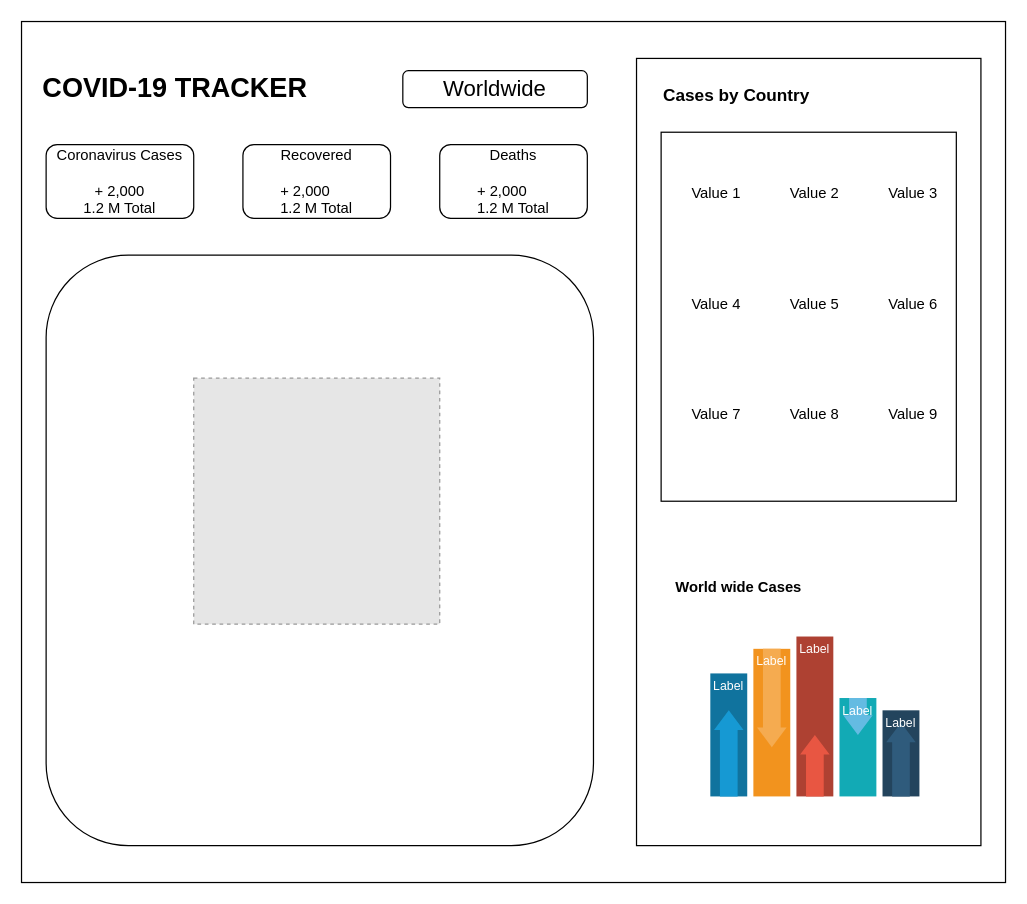
The draw.io diagram wireframe/covid-19 tracker.drawio in ideepaksharma/covid-19-tracker, before the edit. Source tidied: cells renumbered, new cells numbered last; positions are measured from the earlier drawing's top-left corner, leaving out a move shared by most shapes. Both pictures are drawn from the tidied source at 123%, with x=0, y=0 at pixel (21, 21). Pictures stored in the file or linked from it are replaced by grey dashed boxes.
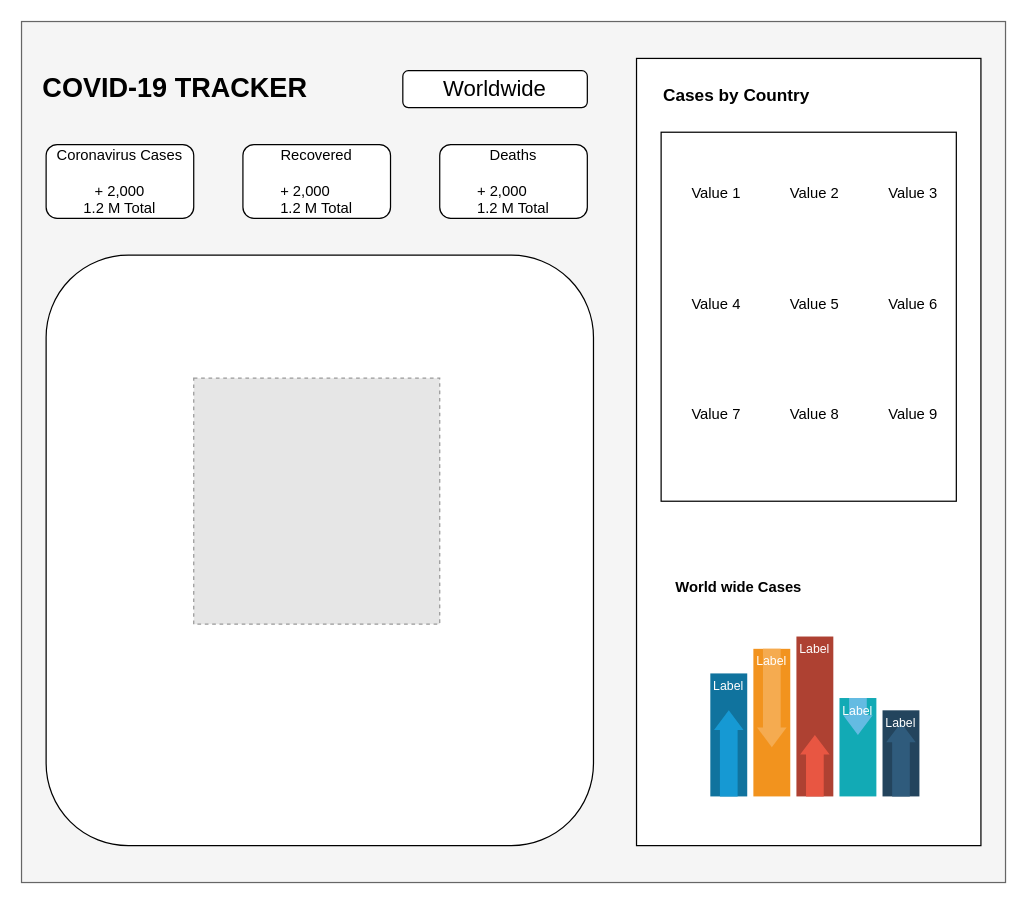
The same diagram, later.

Diff of the diagram source:
```diff
@@
-    <mxCell id="2" style="rounded=0;whiteSpace=wrap;html=1;shadow=0;glass=0;sketch=0;fontSize=12;align=left;" parent="1" vertex="1">
+    <mxCell id="2" style="rounded=0;whiteSpace=wrap;html=1;shadow=0;glass=0;sketch=0;fontSize=12;align=left;fillColor=#f5f5f5;strokeColor=#666666;fontColor=#333333;" parent="1" vertex="1">
       <mxGeometry width="800" height="700" as="geometry" />
     </mxCell>
```
